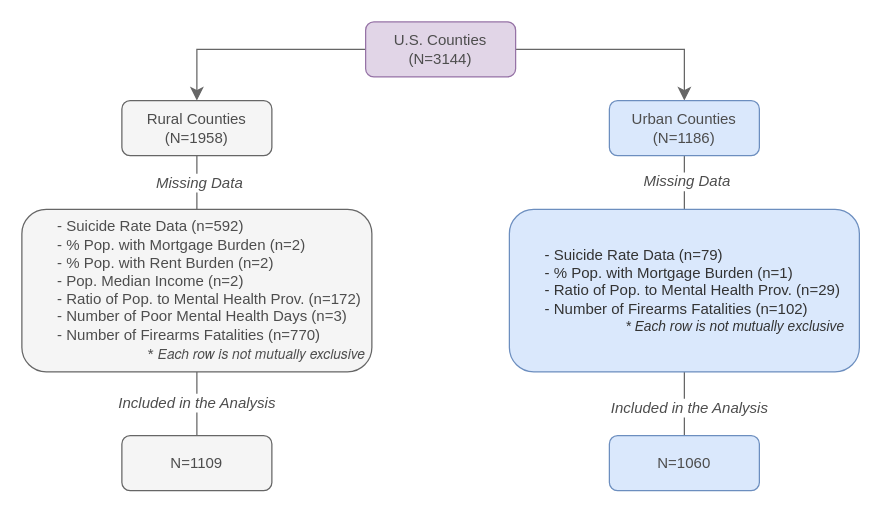
Before: SuicideMissingDAta.drawio in dealchre/gradDrawio, a draw.io diagram. Source tidied: cells renumbered, new cells numbered last; positions are measured from the earlier drawing's top-left corner, leaving out a move shared by most shapes. Both pictures are drawn from the tidied source at 125%, with x=0, y=0 at pixel (21, 21).
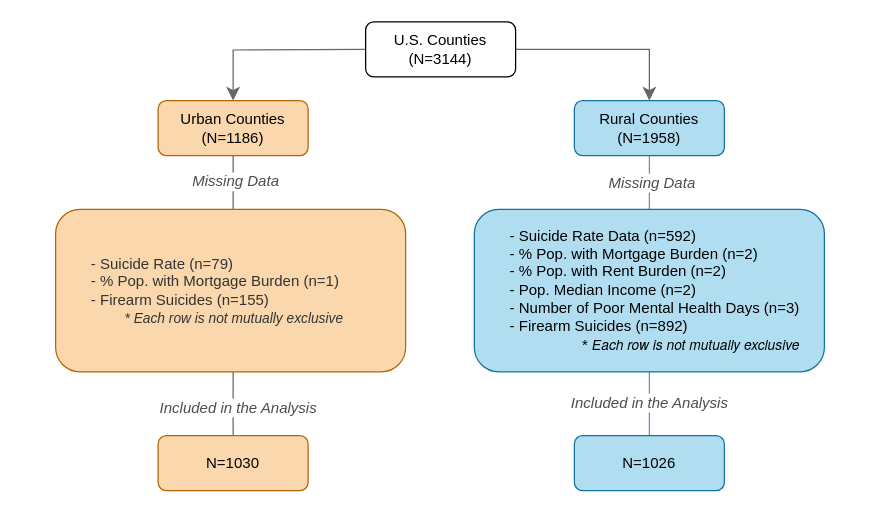
After the change.

Change to the diagram source:
```diff
@@
-    <mxCell id="2" style="edgeStyle=orthogonalEdgeStyle;rounded=0;jettySize=auto;html=1;exitX=1;exitY=0.5;exitDx=0;exitDy=0;fontSize=12;startSize=8;endSize=8;entryX=0.5;entryY=0;entryDx=0;entryDy=0;flowAnimation=0;fontColor=#4D4D4D;strokeColor=#666666;" parent="1" edge="1" source="4" target="10">
+    <mxCell id="2" style="edgeStyle=orthogonalEdgeStyle;rounded=0;jettySize=auto;html=1;exitX=1;exitY=0.5;exitDx=0;exitDy=0;fontSize=12;startSize=8;endSize=8;flowAnimation=0;fontColor=#4D4D4D;strokeColor=#666666;" parent="1" edge="1" source="4" target="7">
       <mxGeometry relative="1" as="geometry" />
     </mxCell>
-    <mxCell id="3" style="edgeStyle=orthogonalEdgeStyle;rounded=0;jettySize=auto;html=1;exitX=0;exitY=0.5;exitDx=0;exitDy=0;entryX=0.5;entryY=0;entryDx=0;entryDy=0;fontSize=12;startSize=8;endSize=8;fontColor=#4D4D4D;strokeColor=#666666;" parent="1" edge="1" source="4" target="7">
-      <mxGeometry relative="1" as="geometry" />
+    <mxCell id="3" style="edgeStyle=orthogonalEdgeStyle;rounded=0;jettySize=auto;html=1;exitX=0;exitY=0.5;exitDx=0;exitDy=0;entryX=0.5;entryY=0;entryDx=0;entryDy=0;fontSize=12;startSize=8;endSize=8;fontColor=#4D4D4D;strokeColor=#666666;" parent="1" edge="1" target="10">
+      <mxGeometry relative="1" as="geometry">
+        <mxPoint x="276" y="22" as="sourcePoint" />
+      </mxGeometry>
     </mxCell>
-    <mxCell id="4" value="U.S. Counties&lt;div&gt;(N=3144)&lt;/div&gt;" style="rounded=1;whiteSpace=wrap;html=1;fillColor=#e1d5e7;strokeColor=#9673a6;fontColor=#4D4D4D;" parent="1" vertex="1">
+    <mxCell id="4" value="U.S. Counties&lt;div&gt;(N=3144)&lt;/div&gt;" style="rounded=1;whiteSpace=wrap;html=1;" parent="1" vertex="1">
       <mxGeometry x="275" width="120" height="44" as="geometry" />
     </mxCell>
-    <mxCell id="5" style="edgeStyle=none;curved=1;rounded=0;jettySize=auto;html=1;exitX=0.5;exitY=1;exitDx=0;exitDy=0;entryX=0.5;entryY=0;entryDx=0;entryDy=0;fontSize=12;startSize=8;endSize=8;endArrow=none;endFill=0;fontColor=#4D4D4D;strokeColor=#666666;" parent="1" edge="1" source="7" target="13">
-      <mxGeometry relative="1" as="geometry" />
-    </mxCell>
-    <mxCell id="6" value="&lt;i&gt;&amp;nbsp;Missing Data&amp;nbsp;&lt;/i&gt;" style="edgeLabel;html=1;align=center;verticalAlign=middle;fontSize=12;fontColor=#4D4D4D;" parent="5" vertex="1">
-      <mxGeometry x="-0.02" y="1" relative="1" as="geometry" />
-    </mxCell>
-    <mxCell id="7" value="Rural Counties&lt;div&gt;(N=1958)&lt;/div&gt;" style="rounded=1;whiteSpace=wrap;html=1;fillColor=#f5f5f5;strokeColor=#666666;fontColor=#4D4D4D;" parent="1" vertex="1">
-      <mxGeometry x="80" y="63" width="120" height="44" as="geometry" />
-    </mxCell>
-    <mxCell id="8" style="edgeStyle=none;curved=1;rounded=0;jettySize=auto;html=1;exitX=0.5;exitY=1;exitDx=0;exitDy=0;entryX=0.5;entryY=0;entryDx=0;entryDy=0;fontSize=12;startSize=8;endSize=8;endArrow=none;endFill=0;fontColor=#4D4D4D;strokeColor=#666666;" parent="1" edge="1" source="10" target="16">
-      <mxGeometry relative="1" as="geometry" />
+    <mxCell id="8" style="edgeStyle=none;curved=1;rounded=0;jettySize=auto;html=1;exitX=0.5;exitY=1;exitDx=0;exitDy=0;entryX=0.5;entryY=0;entryDx=0;entryDy=0;fontSize=12;startSize=8;endSize=8;endArrow=none;endFill=0;fontColor=#4D4D4D;strokeColor=#666666;" parent="1" edge="1" source="10">
+      <mxGeometry relative="1" as="geometry">
+        <mxPoint x="169" y="150" as="targetPoint" />
+      </mxGeometry>
     </mxCell>
@@
-    <mxCell id="10" value="Urban Counties&lt;div&gt;(N=1186)&lt;/div&gt;" style="rounded=1;whiteSpace=wrap;html=1;fillColor=#dae8fc;strokeColor=#6c8ebf;fontColor=#4D4D4D;" parent="1" vertex="1">
-      <mxGeometry x="470" y="63" width="120" height="44" as="geometry" />
+    <mxCell id="10" value="Urban Counties&lt;div&gt;(N=1186)&lt;/div&gt;" style="rounded=1;whiteSpace=wrap;html=1;fillColor=#fad7ac;strokeColor=#b46504;" parent="1" vertex="1">
+      <mxGeometry x="109" y="63" width="120" height="44" as="geometry" />
     </mxCell>
-    <mxCell id="11" style="edgeStyle=none;curved=1;rounded=0;jettySize=auto;html=1;exitX=0.5;exitY=1;exitDx=0;exitDy=0;entryX=0.5;entryY=0;entryDx=0;entryDy=0;fontSize=12;startSize=8;endSize=8;endArrow=none;endFill=0;fontColor=#4D4D4D;strokeColor=#666666;" parent="1" edge="1" source="13" target="17">
-      <mxGeometry relative="1" as="geometry" />
-    </mxCell>
-    <mxCell id="12" value="&lt;i&gt;&amp;nbsp;Included in the Analysis&amp;nbsp;&lt;/i&gt;" style="edgeLabel;html=1;align=center;verticalAlign=middle;fontSize=12;fontColor=#4D4D4D;" parent="11" vertex="1">
-      <mxGeometry x="-0.07" y="-1" relative="1" as="geometry" />
-    </mxCell>
-    <mxCell id="13" value="&lt;span style=&quot;white-space: pre;&quot;&gt;&#9;&lt;/span&gt;- Suicide Rate Data (n=592)&lt;div&gt;&lt;span style=&quot;white-space: pre;&quot;&gt;&#9;&lt;/span&gt;- % Pop. with Mortgage Burden (n=2)&lt;/div&gt;&lt;div&gt;&lt;span style=&quot;white-space: pre;&quot;&gt;&#9;&lt;/span&gt;- % Pop. with Rent Burden (n=2)&lt;/div&gt;&lt;div&gt;&lt;span style=&quot;white-space: pre;&quot;&gt;&#9;&lt;/span&gt;- Pop. Median Income (n=2)&lt;br&gt;&lt;/div&gt;&lt;div&gt;&lt;span style=&quot;white-space: pre;&quot;&gt;&#9;&lt;/span&gt;- Ratio of Pop. to Mental Health Prov. (n=172)&amp;nbsp;&lt;/div&gt;&lt;div&gt;&lt;span style=&quot;white-space: pre;&quot;&gt;&#9;&lt;/span&gt;- Number of Poor Mental Health Days (n=3)&lt;/div&gt;&lt;div&gt;&lt;span style=&quot;white-space: pre;&quot;&gt;&#9;&lt;/span&gt;- Number of Firearms Fatalities (n=770)&lt;/div&gt;&lt;div style=&quot;text-align: right;&quot;&gt;*&lt;i&gt; &lt;font style=&quot;font-size: 11px;&quot;&gt;E&lt;/font&gt;&lt;span style=&quot;font-family: &amp;quot;Helvetica Neue&amp;quot;; background-color: transparent;&quot;&gt;&lt;font style=&quot;font-size: 11px;&quot;&gt;ach row is not mutually exclusive&lt;/font&gt;&lt;/span&gt;&lt;/i&gt;&lt;/div&gt;" style="rounded=1;whiteSpace=wrap;html=1;align=left;fillColor=#f5f5f5;strokeColor=#666666;fontColor=#4D4D4D;" parent="1" vertex="1">
-      <mxGeometry y="150" width="280" height="130" as="geometry" />
-    </mxCell>
-    <mxCell id="14" style="edgeStyle=none;curved=1;rounded=0;jettySize=auto;html=1;exitX=0.5;exitY=1;exitDx=0;exitDy=0;entryX=0.5;entryY=0;entryDx=0;entryDy=0;fontSize=12;startSize=8;endSize=8;endArrow=none;endFill=0;fontColor=#4D4D4D;strokeColor=#666666;" parent="1" edge="1" source="16" target="18">
-      <mxGeometry relative="1" as="geometry" />
+    <mxCell id="14" style="edgeStyle=none;curved=1;rounded=0;jettySize=auto;html=1;exitX=0.5;exitY=1;exitDx=0;exitDy=0;entryX=0.5;entryY=0;entryDx=0;entryDy=0;fontSize=12;startSize=8;endSize=8;endArrow=none;endFill=0;fontColor=#4D4D4D;strokeColor=#666666;" parent="1" edge="1" target="18">
+      <mxGeometry relative="1" as="geometry">
+        <mxPoint x="169" y="280" as="sourcePoint" />
+      </mxGeometry>
     </mxCell>
@@
-    <mxCell id="16" value="&lt;font style=&quot;color: rgb(51, 51, 51);&quot;&gt;&lt;span style=&quot;white-space: pre;&quot;&gt;&#9;&lt;/span&gt;- Suicide Rate Data (n=79)&lt;/font&gt;&lt;div&gt;&lt;font style=&quot;color: rgb(51, 51, 51);&quot;&gt;&lt;span style=&quot;white-space: pre;&quot;&gt;&#9;&lt;/span&gt;- % Pop. with Mortgage Burden (n=1)&lt;/font&gt;&lt;/div&gt;&lt;div&gt;&lt;font style=&quot;color: rgb(51, 51, 51);&quot;&gt;&lt;span style=&quot;white-space: pre;&quot;&gt;&#9;&lt;/span&gt;- Ratio of Pop. to Mental Health Prov. (n=29)&amp;nbsp;&lt;/font&gt;&lt;/div&gt;&lt;div&gt;&lt;font style=&quot;color: rgb(51, 51, 51);&quot;&gt;&lt;span style=&quot;white-space: pre;&quot;&gt;&#9;&lt;/span&gt;- Number of Firearms Fatalities (n=102)&lt;/font&gt;&lt;/div&gt;&lt;div style=&quot;text-align: right;&quot;&gt;&lt;font style=&quot;color: rgb(51, 51, 51);&quot;&gt;&lt;i style=&quot;background-color: transparent;&quot;&gt;&lt;font style=&quot;font-size: 11px;&quot;&gt;*&amp;nbsp;Each row is not mutually exclusive&lt;/font&gt;&lt;/i&gt;&lt;br&gt;&lt;/font&gt;&lt;/div&gt;" style="rounded=1;whiteSpace=wrap;html=1;align=left;fillColor=#dae8fc;strokeColor=#6c8ebf;" parent="1" vertex="1">
-      <mxGeometry x="390" y="150" width="280" height="130" as="geometry" />
+    <mxCell id="16" value="&lt;font style=&quot;color: rgb(51, 51, 51);&quot;&gt;&lt;span style=&quot;white-space: pre;&quot;&gt;&#9;&lt;/span&gt;- Suicide Rate (n=79)&lt;/font&gt;&lt;div&gt;&lt;font style=&quot;color: rgb(51, 51, 51);&quot;&gt;&lt;span style=&quot;white-space: pre;&quot;&gt;&#9;&lt;/span&gt;- % Pop. with Mortgage Burden (n=1)&lt;/font&gt;&lt;span style=&quot;color: light-dark(rgb(51, 51, 51), rgb(193, 193, 193)); background-color: transparent;&quot;&gt;&amp;nbsp;&lt;/span&gt;&lt;/div&gt;&lt;div&gt;&lt;font style=&quot;color: rgb(51, 51, 51);&quot;&gt;&lt;span style=&quot;white-space: pre;&quot;&gt;&#9;&lt;/span&gt;- Firearm Suicides (n=155)&lt;/font&gt;&lt;/div&gt;&lt;div style=&quot;text-align: right;&quot;&gt;&lt;font style=&quot;color: rgb(51, 51, 51);&quot;&gt;&lt;i style=&quot;background-color: transparent;&quot;&gt;&lt;font style=&quot;font-size: 11px;&quot;&gt;*&amp;nbsp;Each row is not mutually exclusive&lt;/font&gt;&lt;/i&gt;&lt;br&gt;&lt;/font&gt;&lt;/div&gt;" style="rounded=1;whiteSpace=wrap;html=1;align=left;fillColor=#fad7ac;strokeColor=#b46504;" parent="1" vertex="1">
+      <mxGeometry x="27" y="150" width="280" height="130" as="geometry" />
     </mxCell>
-    <mxCell id="17" value="&lt;div&gt;N=1109&lt;/div&gt;" style="rounded=1;whiteSpace=wrap;html=1;fillColor=#f5f5f5;strokeColor=#666666;fontColor=#4D4D4D;" parent="1" vertex="1">
-      <mxGeometry x="80" y="331" width="120" height="44" as="geometry" />
-    </mxCell>
-    <mxCell id="18" value="&lt;div&gt;N=1060&lt;/div&gt;" style="rounded=1;whiteSpace=wrap;html=1;fillColor=#dae8fc;strokeColor=#6c8ebf;fontColor=#4D4D4D;" parent="1" vertex="1">
-      <mxGeometry x="470" y="331" width="120" height="44" as="geometry" />
+    <mxCell id="18" value="&lt;div&gt;N=1030&lt;/div&gt;" style="rounded=1;whiteSpace=wrap;html=1;fillColor=#fad7ac;strokeColor=#b46504;" parent="1" vertex="1">
+      <mxGeometry x="109" y="331" width="120" height="44" as="geometry" />
     </mxCell>
+    <mxCell id="19" style="edgeStyle=none;curved=1;rounded=0;jettySize=auto;html=1;exitX=0.5;exitY=1;exitDx=0;exitDy=0;entryX=0.5;entryY=0;entryDx=0;entryDy=0;fontSize=12;startSize=8;endSize=8;endArrow=none;endFill=0;fontColor=#4D4D4D;strokeColor=#6c8ebf;fillColor=#dae8fc;" parent="1" edge="1" source="7" target="21">
+      <mxGeometry relative="1" as="geometry" />
+    </mxCell>
+    <mxCell id="6" value="&lt;i&gt;&amp;nbsp;Missing Data&amp;nbsp;&lt;/i&gt;" style="edgeLabel;html=1;align=center;verticalAlign=middle;fontSize=12;fontColor=#4D4D4D;" parent="19" vertex="1">
+      <mxGeometry x="-0.02" y="1" relative="1" as="geometry" />
+    </mxCell>
+    <mxCell id="7" value="Rural Counties&lt;div&gt;(N=1958)&lt;/div&gt;" style="rounded=1;whiteSpace=wrap;html=1;fillColor=#b1ddf0;strokeColor=#10739e;" parent="1" vertex="1">
+      <mxGeometry x="442" y="63" width="120" height="44" as="geometry" />
+    </mxCell>
+    <mxCell id="20" style="edgeStyle=none;curved=1;rounded=0;jettySize=auto;html=1;exitX=0.5;exitY=1;exitDx=0;exitDy=0;entryX=0.5;entryY=0;entryDx=0;entryDy=0;fontSize=12;startSize=8;endSize=8;endArrow=none;endFill=0;fontColor=#4D4D4D;strokeColor=#6c8ebf;fillColor=#dae8fc;" parent="1" edge="1" source="21" target="22">
+      <mxGeometry relative="1" as="geometry" />
+    </mxCell>
+    <mxCell id="12" value="&lt;i&gt;&amp;nbsp;Included in the Analysis&amp;nbsp;&lt;/i&gt;" style="edgeLabel;html=1;align=center;verticalAlign=middle;fontSize=12;fontColor=#4D4D4D;" parent="20" vertex="1">
+      <mxGeometry x="-0.07" y="-1" relative="1" as="geometry" />
+    </mxCell>
+    <mxCell id="21" value="&lt;span style=&quot;white-space: pre;&quot;&gt;&#9;&lt;/span&gt;- Suicide Rate Data (n=592)&lt;div&gt;&lt;span style=&quot;white-space: pre;&quot;&gt;&#9;&lt;/span&gt;- % Pop. with Mortgage Burden (n=2)&lt;/div&gt;&lt;div&gt;&lt;span style=&quot;white-space: pre;&quot;&gt;&#9;&lt;/span&gt;- % Pop. with Rent Burden (n=2)&lt;/div&gt;&lt;div&gt;&lt;span style=&quot;white-space: pre;&quot;&gt;&#9;&lt;/span&gt;- Pop. Median Income (n=2)&lt;span style=&quot;background-color: transparent; color: light-dark(rgb(0, 0, 0), rgb(255, 255, 255));&quot;&gt;&amp;nbsp;&lt;/span&gt;&lt;/div&gt;&lt;div&gt;&lt;span style=&quot;white-space: pre;&quot;&gt;&#9;&lt;/span&gt;- Number of Poor Mental Health Days (n=3)&lt;/div&gt;&lt;div&gt;&lt;span style=&quot;white-space: pre;&quot;&gt;&#9;&lt;/span&gt;- Firearm Suicides (n=892)&lt;/div&gt;&lt;div style=&quot;text-align: right;&quot;&gt;*&lt;i&gt; &lt;font style=&quot;font-size: 11px;&quot;&gt;E&lt;/font&gt;&lt;span style=&quot;font-family: &amp;quot;Helvetica Neue&amp;quot;; background-color: transparent;&quot;&gt;&lt;font style=&quot;font-size: 11px;&quot;&gt;ach row is not mutually exclusive&lt;/font&gt;&lt;/span&gt;&lt;/i&gt;&lt;/div&gt;" style="rounded=1;whiteSpace=wrap;html=1;align=left;fillColor=#b1ddf0;strokeColor=#10739e;" parent="1" vertex="1">
+      <mxGeometry x="362" y="150" width="280" height="130" as="geometry" />
+    </mxCell>
+    <mxCell id="22" value="&lt;div&gt;N=1026&lt;/div&gt;" style="rounded=1;whiteSpace=wrap;html=1;fillColor=#b1ddf0;strokeColor=#10739e;" parent="1" vertex="1">
+      <mxGeometry x="442" y="331" width="120" height="44" as="geometry" />
+    </mxCell>
```
